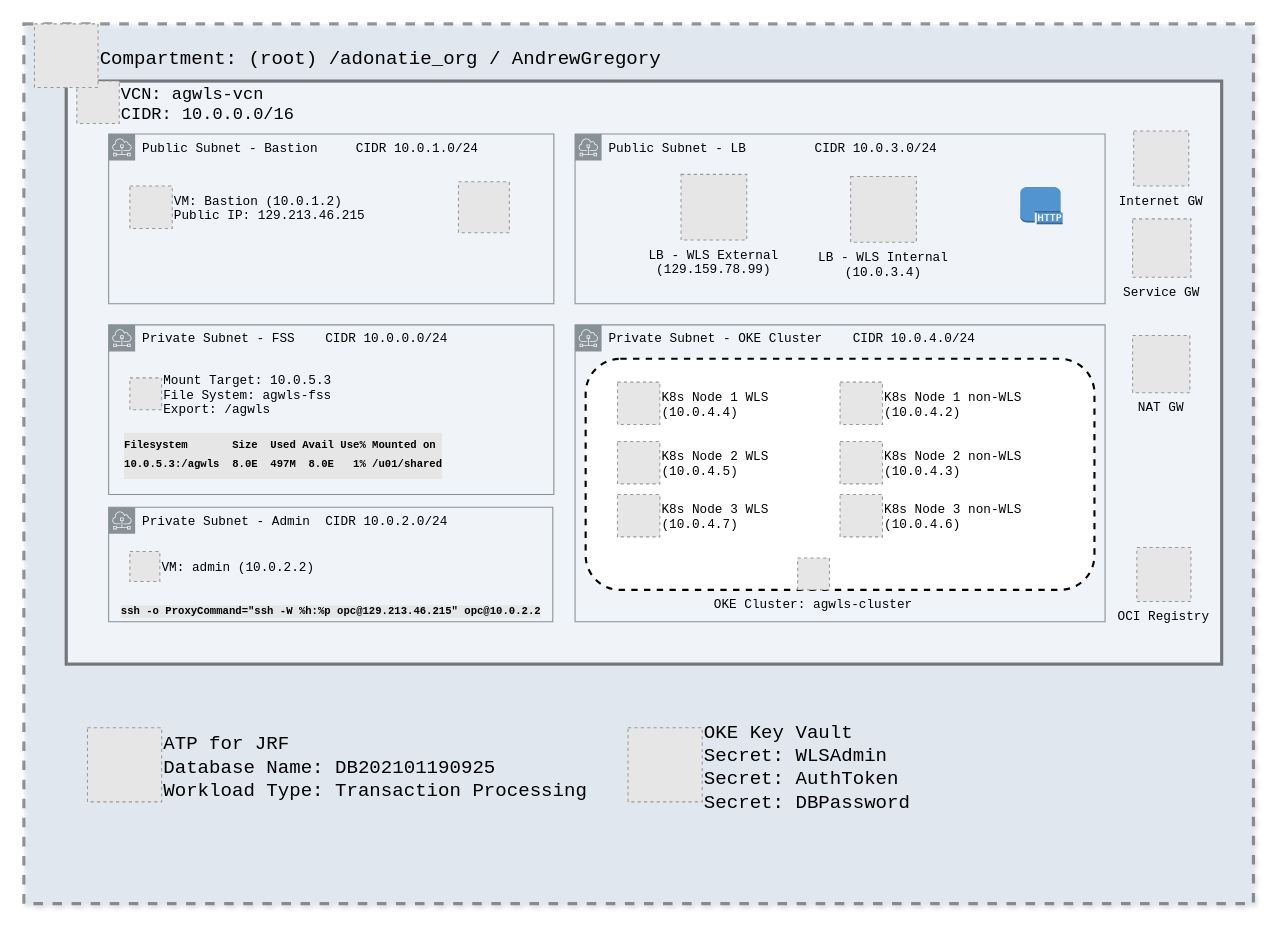
This is OCI WLS.drawio from agregory999/oci-architecture, a draw.io file, before an edit. Source tidied: cells renumbered, new cells numbered last; positions are measured from the earlier drawing's top-left corner, leaving out a move shared by most shapes. Both pictures are drawn from the tidied source at 106%, with x=0, y=0 at pixel (23, 23). Pictures stored in the file or linked from it are replaced by grey dashed boxes.
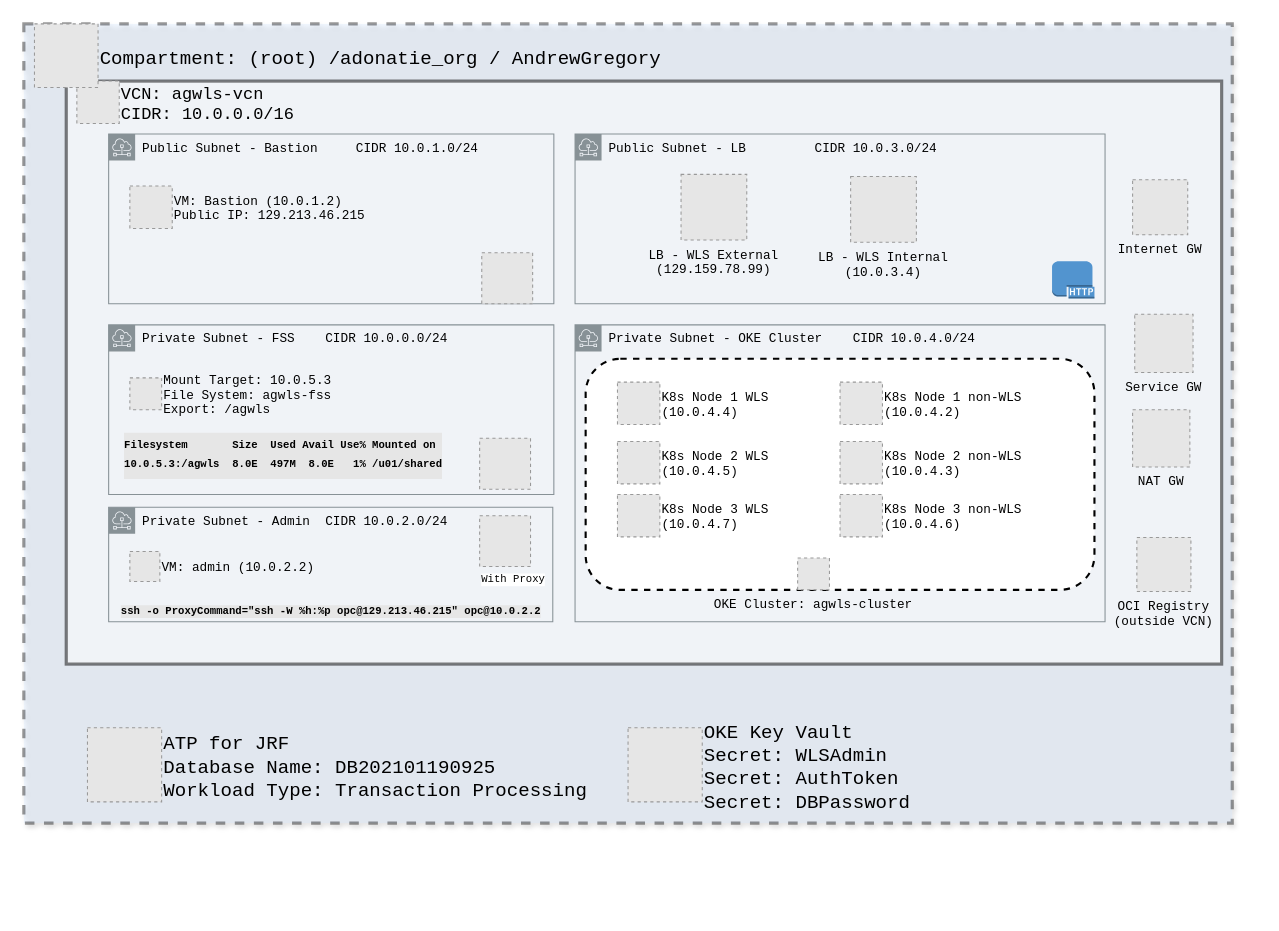
Above is the later version.

Unchanged cells that the change refers to:
```xml
<mxCell id="14" style="group;fontFamily=Courier New;" parent="1" vertex="1">
  <mxGeometry x="670" y="69" width="350" height="495" as="geometry" />
</mxCell>
<mxCell id="26" style="group;fontFamily=Courier New;" parent="1" vertex="1">
  <mxGeometry x="80" y="456" width="420" height="108" as="geometry" />
</mxCell>
```

What changed in the source:
```diff
@@
     <mxCell id="2" style="rounded=0;whiteSpace=wrap;html=1;dashed=1;labelBackgroundColor=none;strokeWidth=3;fontFamily=Courier New;fontSize=18;align=left;fillColor=#dae8fc;opacity=40;glass=0;sketch=0;shadow=1;perimeterSpacing=1;" parent="1" vertex="1">
-      <mxGeometry width="1160" height="830" as="geometry" />
+      <mxGeometry width="1140" height="754" as="geometry" />
     </mxCell>
@@
     <mxCell id="7" value="Internet GW" style="fillColor=#E6E6E6;strokeColor=#999999;dashed=1;verticalLabelPosition=bottom;verticalAlign=top;fontFamily=Courier New;" parent="1" vertex="1">
-      <mxGeometry x="1047" y="101" width="52" height="52" as="geometry" />
+      <mxGeometry x="1046" y="147" width="52" height="52" as="geometry" />
     </mxCell>
@@
     <mxCell id="9" value="Service GW" style="fillColor=#E6E6E6;strokeColor=#999999;dashed=1;verticalLabelPosition=bottom;verticalAlign=top;fontFamily=Courier New;" parent="1" vertex="1">
-      <mxGeometry x="1046" y="184" width="55" height="55" as="geometry" />
+      <mxGeometry x="1048" y="274" width="55" height="55" as="geometry" />
     </mxCell>
@@
     <mxCell id="11" value="NAT GW" style="fillColor=#E6E6E6;strokeColor=#999999;dashed=1;verticalLabelPosition=bottom;verticalAlign=top;fontFamily=Courier New;" parent="1" vertex="1">
-      <mxGeometry x="1046" y="294" width="54" height="54" as="geometry" />
+      <mxGeometry x="1046" y="364" width="54" height="54" as="geometry" />
     </mxCell>
@@
-    <mxCell id="13" value="OCI Registry" style="fillColor=#E6E6E6;strokeColor=#999999;dashed=1;verticalLabelPosition=bottom;verticalAlign=top;fontFamily=Courier New;" parent="1" vertex="1">
-      <mxGeometry x="1050" y="494" width="51" height="51" as="geometry" />
+    <mxCell id="13" value="OCI Registry&#10;(outside VCN)" style="fillColor=#E6E6E6;strokeColor=#999999;dashed=1;verticalLabelPosition=bottom;verticalAlign=top;fontFamily=Courier New;" parent="1" vertex="1">
+      <mxGeometry x="1050" y="484.5" width="51" height="51" as="geometry" />
     </mxCell>
@@
     <mxCell id="25" style="dashed=0;verticalLabelPosition=bottom;verticalAlign=top;align=center;html=1;shape=mxgraph.aws3.http_protocol;fillColor=#5294CF;gradientColor=none;rounded=1;labelBackgroundColor=#E6E6E6;strokeWidth=2;fontFamily=Courier New;fontSize=10;fontColor=#3333FF;" parent="14" vertex="1">
-      <mxGeometry x="270" y="85" width="40" height="35" as="geometry" />
+      <mxGeometry x="300" y="155" width="40" height="35" as="geometry" />
     </mxCell>
@@
+    <mxCell id="37" value="With Proxy" style="fillColor=#E6E6E6;strokeColor=#999999;dashed=1;html=1;verticalAlign=top;verticalLabelPosition=bottom;labelBackgroundColor=#ffffff;fontFamily=Courier New;fontSize=10;align=left;" parent="26" vertex="1">
+      <mxGeometry x="350" y="8" width="48" height="48" as="geometry" />
+    </mxCell>
@@
     <mxCell id="33" style="fillColor=#E6E6E6;strokeColor=#999999;dashed=1;html=1;verticalAlign=top;verticalLabelPosition=bottom;labelBackgroundColor=#ffffff;fontFamily=Courier New;fontSize=10;fontColor=#3333FF;align=left;" parent="1" vertex="1">
-      <mxGeometry x="410" y="149" width="48" height="48" as="geometry" />
+      <mxGeometry x="432" y="216" width="48" height="48" as="geometry" />
     </mxCell>
@@
+    <mxCell id="38" style="fillColor=#E6E6E6;strokeColor=#999999;dashed=1;html=1;verticalAlign=top;verticalLabelPosition=bottom;labelBackgroundColor=#ffffff;fontFamily=Courier New;fontSize=16;fontColor=#000000;align=left;" parent="1" vertex="1">
+      <mxGeometry x="430" y="391" width="48" height="48" as="geometry" />
+    </mxCell>
```
